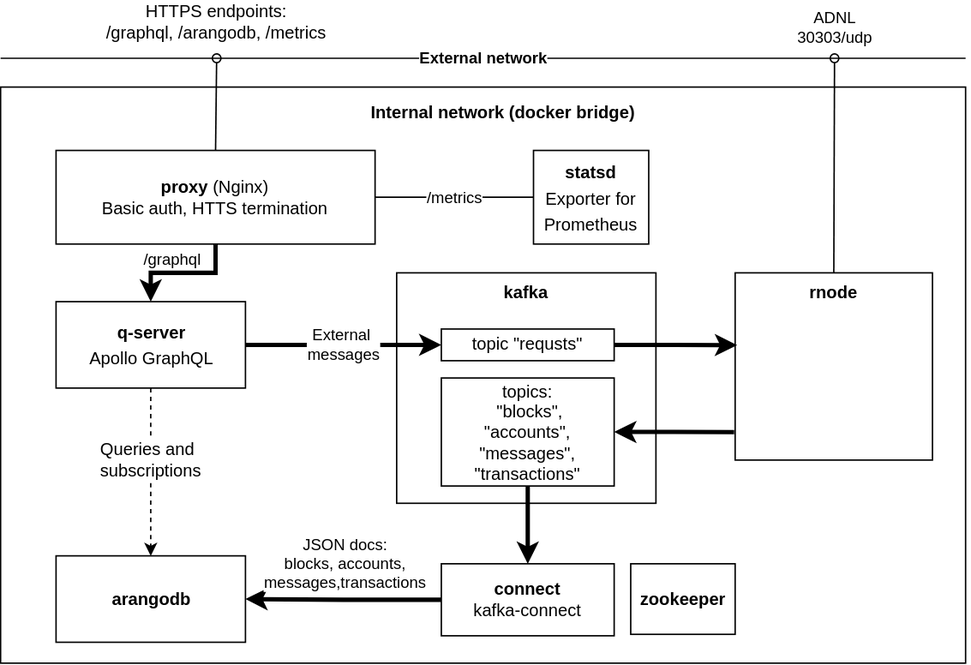
The draw.io diagram docs/system_components.svg in everx-labs/evernode-ds, before a commit. Source tidied: cells renumbered, new cells last; positions are measured from the earlier drawing's top-left corner, leaving out a move shared by most shapes.
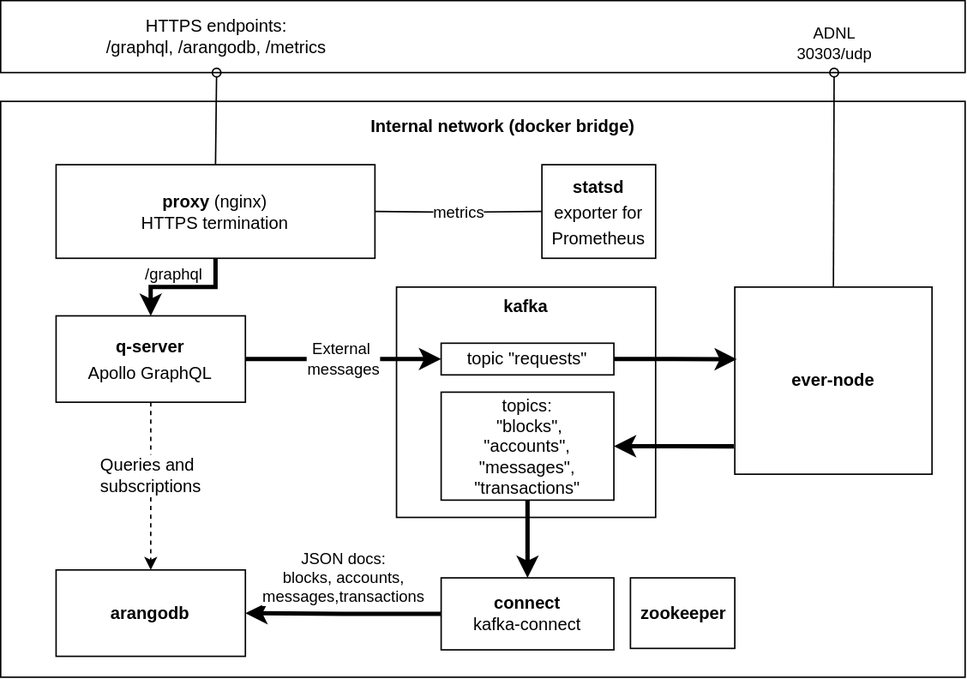
Later version of the same file.

The edit, as a diff of the source:
```diff
@@ -14,13 +14,12 @@
     <mxCell id="5" value="/graphql" style="edgeStyle=orthogonalEdgeStyle;rounded=0;jettySize=auto;html=1;exitX=0.5;exitY=1;exitDx=0;exitDy=0;entryX=0.5;entryY=0;entryDx=0;entryDy=0;strokeWidth=3;" parent="1" edge="1" source="7" target="4">
       <mxGeometry x="0.16" y="-9" relative="1" as="geometry" />
     </mxCell>
-    <mxCell id="6" value="/metrics" style="edgeStyle=orthogonalEdgeStyle;rounded=0;orthogonalLoop=1;jettySize=auto;html=1;exitX=1;exitY=0.5;exitDx=0;exitDy=0;entryX=0;entryY=0.5;entryDx=0;entryDy=0;endArrow=none;endFill=0;" parent="1" edge="1">
+    <mxCell id="6" value="metrics" style="edgeStyle=orthogonalEdgeStyle;rounded=0;jettySize=auto;html=1;exitX=1;exitY=0.5;exitDx=0;exitDy=0;entryX=0;entryY=0.5;entryDx=0;entryDy=0;endArrow=none;endFill=0;" parent="1" edge="1" target="13">
       <mxGeometry relative="1" as="geometry">
         <mxPoint x="260" y="136.5" as="sourcePoint" />
-        <mxPoint x="370" y="136.5" as="targetPoint" />
       </mxGeometry>
     </mxCell>
-    <mxCell id="7" value="&lt;b&gt;proxy &lt;/b&gt;(Nginx)&lt;br&gt;Basic auth, HTTS termination&lt;br&gt;" style="rounded=0;whiteSpace=wrap;html=1;" parent="1" vertex="1">
+    <mxCell id="7" value="&lt;b&gt;proxy &lt;/b&gt;(nginx)&lt;br&gt;HTTPS termination" style="rounded=0;whiteSpace=wrap;html=1;" parent="1" vertex="1">
       <mxGeometry x="38.5" y="104" width="221.5" height="65" as="geometry" />
     </mxCell>
     <mxCell id="8" value="&lt;b&gt;arangodb&lt;/b&gt;" style="rounded=0;whiteSpace=wrap;html=1;" parent="1" vertex="1">
@@ -38,13 +37,13 @@
     <mxCell id="12" value="&lt;b&gt;zookeeper&lt;br&gt;&lt;/b&gt;" style="rounded=0;whiteSpace=wrap;html=1;" parent="1" vertex="1">
       <mxGeometry x="437.5" y="391" width="72.5" height="49" as="geometry" />
     </mxCell>
-    <mxCell id="13" value="&lt;p style=&quot;line-height: 1.5;&quot;&gt;&lt;b&gt;statsd&lt;/b&gt;&lt;br&gt;Exporter for Prometheus&lt;br&gt;&lt;/p&gt;" style="rounded=0;whiteSpace=wrap;html=1;" parent="1" vertex="1">
-      <mxGeometry x="370" y="104" width="80" height="65" as="geometry" />
+    <mxCell id="13" value="&lt;p style=&quot;line-height: 1.5;&quot;&gt;&lt;b&gt;statsd&lt;/b&gt;&lt;br&gt;exporter for Prometheus&lt;br&gt;&lt;/p&gt;" style="rounded=0;whiteSpace=wrap;html=1;" parent="1" vertex="1">
+      <mxGeometry x="376" y="104" width="79" height="65" as="geometry" />
     </mxCell>
     <mxCell id="14" style="edgeStyle=orthogonalEdgeStyle;rounded=0;jettySize=auto;html=1;entryX=1;entryY=0.5;entryDx=0;entryDy=0;exitX=-0.005;exitY=0.851;exitDx=0;exitDy=0;exitPerimeter=0;strokeWidth=3;" parent="1" edge="1" source="15" target="22">
       <mxGeometry relative="1" as="geometry" />
     </mxCell>
-    <mxCell id="15" value="&lt;b&gt;rnode&lt;br&gt;&lt;/b&gt;" style="rounded=0;whiteSpace=wrap;html=1;verticalAlign=top;" parent="1" vertex="1">
+    <mxCell id="15" value="&lt;b&gt;ever-node&lt;br&gt;&lt;/b&gt;" style="rounded=0;whiteSpace=wrap;html=1;verticalAlign=middle;align=center;" parent="1" vertex="1">
       <mxGeometry x="510" y="189" width="137" height="130" as="geometry" />
     </mxCell>
     <mxCell id="16" value="ADNL&lt;br&gt;30303/udp" style="rounded=0;jettySize=auto;html=1;endArrow=oval;endFill=0;exitX=0.5;exitY=0;exitDx=0;exitDy=0;" parent="1" edge="1" source="15">
@@ -64,7 +63,7 @@
     <mxCell id="19" style="edgeStyle=orthogonalEdgeStyle;rounded=0;jettySize=auto;html=1;entryX=0.01;entryY=0.386;entryDx=0;entryDy=0;entryPerimeter=0;strokeWidth=3;" parent="1" edge="1" source="20" target="15">
       <mxGeometry relative="1" as="geometry" />
     </mxCell>
-    <mxCell id="20" value="topic &quot;requsts&quot;" style="rounded=0;whiteSpace=wrap;html=1;" parent="1" vertex="1">
+    <mxCell id="20" value="topic &quot;requests&quot;" style="rounded=0;whiteSpace=wrap;html=1;" parent="1" vertex="1">
       <mxGeometry x="306" y="228" width="120" height="22" as="geometry" />
     </mxCell>
     <mxCell id="21" style="edgeStyle=orthogonalEdgeStyle;rounded=0;jettySize=auto;html=1;exitX=0.5;exitY=1;exitDx=0;exitDy=0;entryX=0.5;entryY=0;entryDx=0;entryDy=0;strokeWidth=3;" parent="1" edge="1" source="22" target="11">
@@ -73,17 +72,14 @@
     <mxCell id="22" value="topics:&lt;br&gt;&amp;nbsp;&quot;blocks&quot;,&lt;br&gt;&quot;accounts&quot;, &quot;messages&quot;,&lt;br&gt;&quot;transactions&quot;" style="rounded=0;whiteSpace=wrap;html=1;" parent="1" vertex="1">
       <mxGeometry x="306" y="262" width="120" height="75" as="geometry" />
     </mxCell>
-    <mxCell id="23" value="&lt;b&gt;External network&lt;/b&gt;" style="endArrow=none;html=1;rounded=0;" parent="1" edge="1">
-      <mxGeometry relative="1" as="geometry">
-        <mxPoint y="40" as="sourcePoint" />
-        <mxPoint x="670" y="40" as="targetPoint" />
-      </mxGeometry>
+    <mxCell id="23" value="&lt;b&gt;Internal network (docker bridge)&lt;/b&gt;" style="text;html=1;strokeColor=none;fillColor=none;align=center;verticalAlign=middle;whiteSpace=wrap;rounded=0;" parent="1" vertex="1">
+      <mxGeometry x="214" y="63" width="270" height="30" as="geometry" />
     </mxCell>
-    <mxCell id="24" value="&lt;b&gt;Internal network (docker bridge)&lt;/b&gt;" style="text;html=1;strokeColor=none;fillColor=none;align=center;verticalAlign=middle;whiteSpace=wrap;rounded=0;" parent="1" vertex="1">
-      <mxGeometry x="214" y="63" width="270" height="30" as="geometry" />
+    <mxCell id="24" value="HTTPS endpoints: &lt;br&gt;/graphql, /arangodb, /metrics" style="text;html=1;strokeColor=none;fillColor=none;align=center;verticalAlign=middle;whiteSpace=wrap;rounded=0;" parent="1" vertex="1">
+      <mxGeometry x="40" width="220" height="30" as="geometry" />
     </mxCell>
-    <mxCell id="25" value="HTTPS endpoints: &lt;br&gt;/graphql, /arangodb, /metrics" style="text;html=1;strokeColor=none;fillColor=none;align=center;verticalAlign=middle;whiteSpace=wrap;rounded=0;" parent="1" vertex="1">
-      <mxGeometry x="40" width="220" height="30" as="geometry" />
+    <mxCell id="25" style="rounded=0;whiteSpace=wrap;html=1;fillColor=none;strokeColor=#000000;" parent="1" vertex="1">
+      <mxGeometry y="-10" width="670" height="50" as="geometry" />
     </mxCell>
   </root>
 </mxGraphModel>
```
